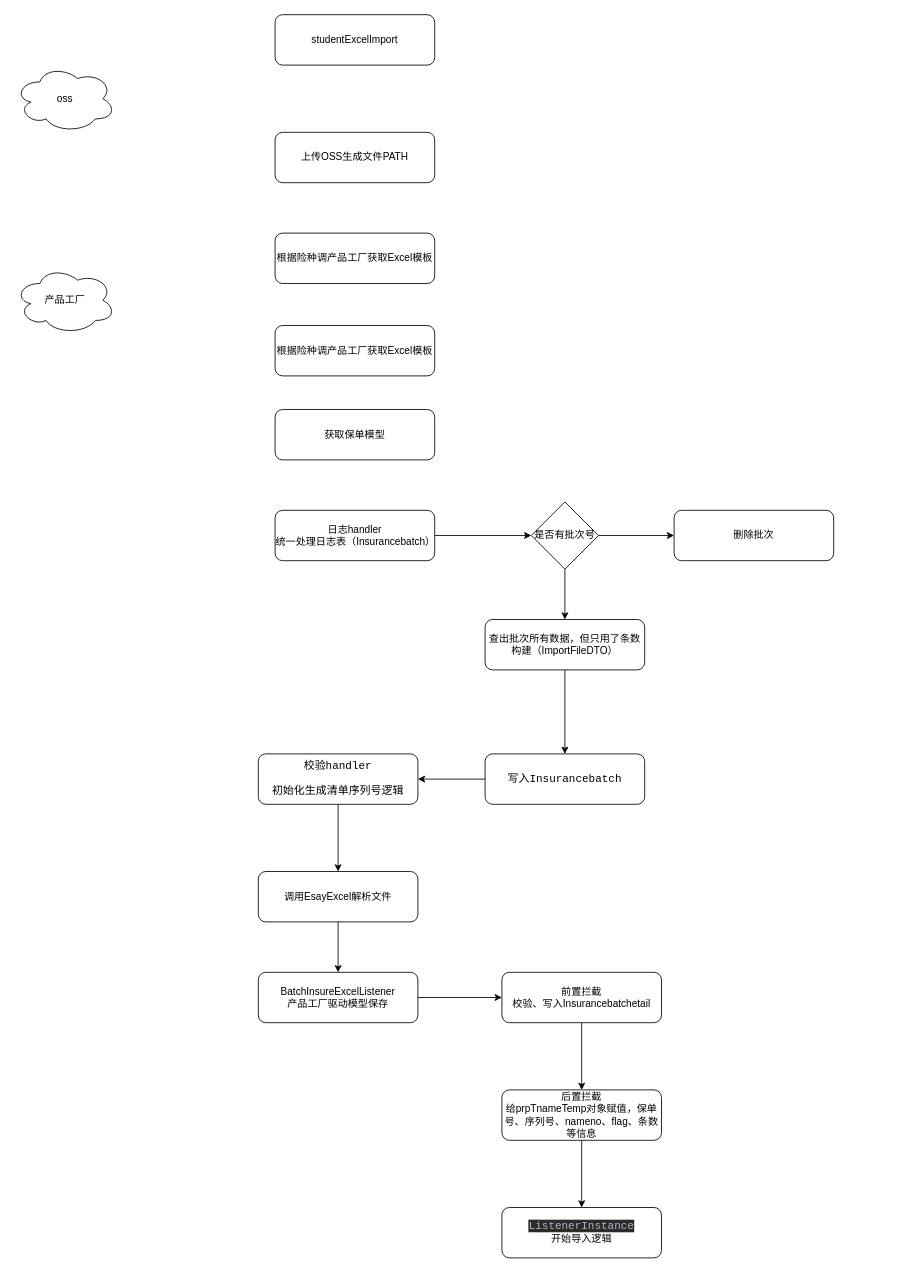
This is 1701清单上传流程图.drawio from java-zengguang/images, a draw.io file, before an edit. Source tidied: cells renumbered, new cells numbered last; positions are measured from the earlier drawing's top-left corner, leaving out a move shared by most shapes. Both pictures are drawn from the tidied source at 84%, with x=0, y=0 at pixel (14, 14).
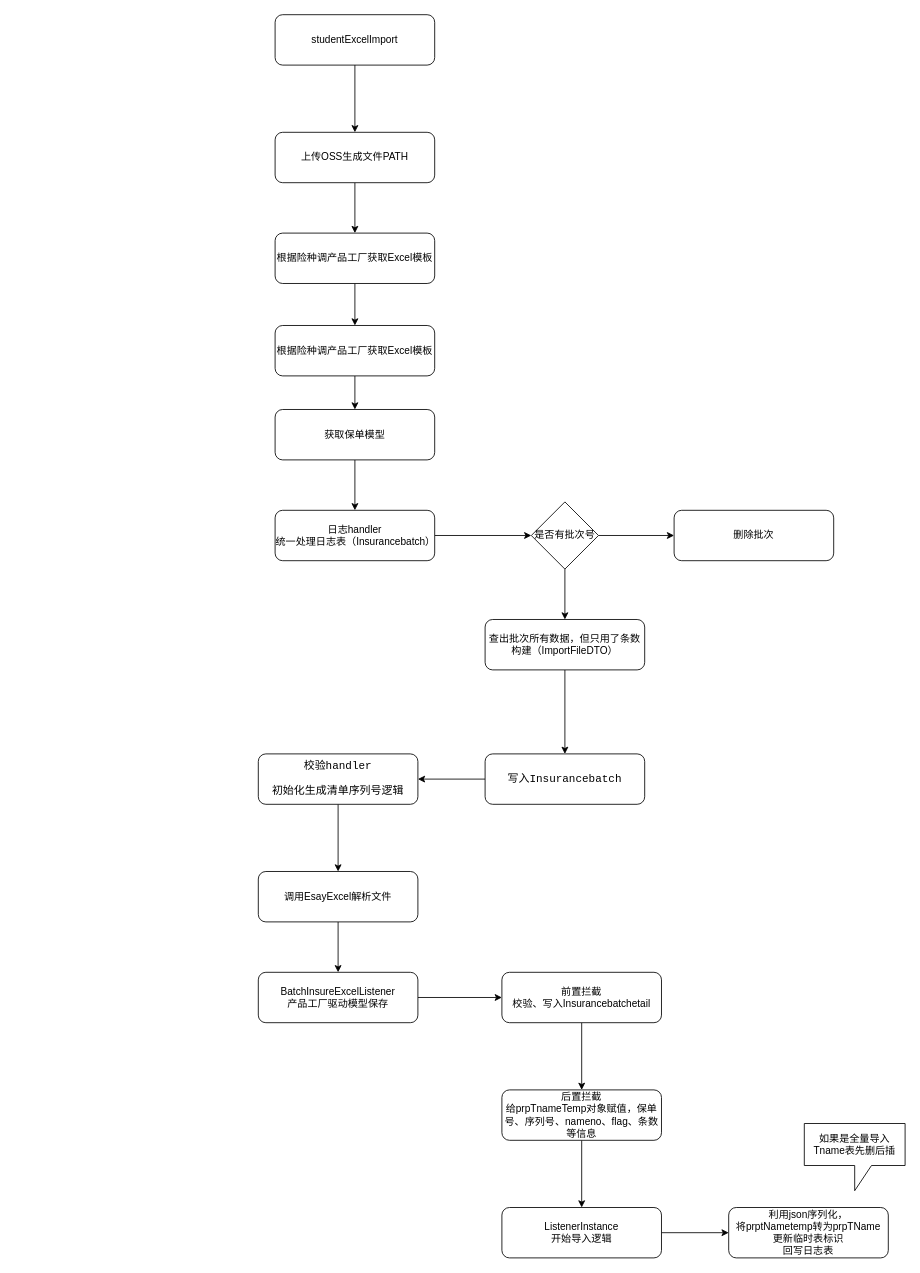
The same diagram, later.

Commit message:
更新1701清单上传流程图.drawio

Unchanged cells that the change refers to:
```xml
<mxCell id="2" value="studentExcelImport" style="rounded=1;whiteSpace=wrap;html=1;" parent="1" vertex="1">
  <mxGeometry x="310" width="190" height="60" as="geometry" />
</mxCell>
<mxCell id="3" value="上传OSS生成文件PATH" style="rounded=1;whiteSpace=wrap;html=1;" parent="1" vertex="1">
  <mxGeometry x="310" y="140" width="190" height="60" as="geometry" />
</mxCell>
<mxCell id="4" value="根据险种调产品工厂获取Excel模板" style="rounded=1;whiteSpace=wrap;html=1;" parent="1" vertex="1">
  <mxGeometry x="310" y="260" width="190" height="60" as="geometry" />
</mxCell>
<mxCell id="5" value="根据险种调产品工厂获取Excel模板" style="rounded=1;whiteSpace=wrap;html=1;" parent="1" vertex="1">
  <mxGeometry x="310" y="370" width="190" height="60" as="geometry" />
</mxCell>
<mxCell id="6" value="获取保单模型" style="rounded=1;whiteSpace=wrap;html=1;" parent="1" vertex="1">
  <mxGeometry x="310" y="470" width="190" height="60" as="geometry" />
</mxCell>
<mxCell id="10" value="&lt;div&gt;日志handler&lt;/div&gt;统一处理日志表（Insurancebatch）" style="rounded=1;whiteSpace=wrap;html=1;" parent="1" vertex="1">
  <mxGeometry x="310" y="590" width="190" height="60" as="geometry" />
</mxCell>
```

Change to the diagram source:
```diff
@@
+    <mxCell id="30" style="edgeStyle=orthogonalEdgeStyle;rounded=0;jettySize=auto;html=1;" parent="1" edge="1" source="2" target="3">
+      <mxGeometry relative="1" as="geometry" />
+    </mxCell>
@@
+    <mxCell id="31" style="edgeStyle=orthogonalEdgeStyle;rounded=0;jettySize=auto;html=1;" parent="1" edge="1" source="3" target="4">
+      <mxGeometry relative="1" as="geometry" />
+    </mxCell>
@@
+    <mxCell id="32" style="edgeStyle=orthogonalEdgeStyle;rounded=0;jettySize=auto;html=1;" parent="1" edge="1" source="4" target="5">
+      <mxGeometry relative="1" as="geometry" />
+    </mxCell>
@@
+    <mxCell id="33" style="edgeStyle=orthogonalEdgeStyle;rounded=0;jettySize=auto;html=1;" parent="1" edge="1" source="5" target="6">
+      <mxGeometry relative="1" as="geometry" />
+    </mxCell>
@@
+    <mxCell id="34" style="edgeStyle=orthogonalEdgeStyle;rounded=0;jettySize=auto;html=1;" parent="1" edge="1" source="6" target="10">
+      <mxGeometry relative="1" as="geometry" />
+    </mxCell>
@@
-    <mxCell id="7" value="oss" style="ellipse;shape=cloud;whiteSpace=wrap;html=1;" parent="1" vertex="1">
-      <mxGeometry y="60" width="120" height="80" as="geometry" />
-    </mxCell>
-    <mxCell id="8" value="产品工厂" style="ellipse;shape=cloud;whiteSpace=wrap;html=1;" parent="1" vertex="1">
-      <mxGeometry y="300" width="120" height="80" as="geometry" />
-    </mxCell>
@@
+    <mxCell id="35" style="edgeStyle=orthogonalEdgeStyle;rounded=0;jettySize=auto;html=1;" parent="1" edge="1" source="29" target="36">
+      <mxGeometry relative="1" as="geometry" />
+    </mxCell>
-    <mxCell id="29" value="&lt;div&gt;&lt;span style=&quot;background-color: rgb(43, 43, 43); color: rgb(169, 183, 198); font-family: &amp;quot;JetBrains Mono&amp;quot;, monospace; font-size: 9.8pt;&quot;&gt;ListenerInstance&lt;/span&gt;&lt;/div&gt;&lt;div&gt;开始导入逻辑&lt;/div&gt;" style="rounded=1;whiteSpace=wrap;html=1;" parent="1" vertex="1">
+    <mxCell id="29" value="ListenerInstance&lt;br&gt;开始导入逻辑" style="rounded=1;whiteSpace=wrap;html=1;" parent="1" vertex="1">
       <mxGeometry x="580" y="1420" width="190" height="60" as="geometry" />
     </mxCell>
+    <mxCell id="36" value="利用json序列化，&lt;div&gt;将prptNametemp转为prpTName&lt;/div&gt;&lt;div&gt;更新临时表标识&lt;/div&gt;&lt;div&gt;回写日志表&lt;/div&gt;" style="rounded=1;whiteSpace=wrap;html=1;" parent="1" vertex="1">
+      <mxGeometry x="850" y="1420" width="190" height="60" as="geometry" />
+    </mxCell>
+    <mxCell id="37" value="如果是全量导入Tname表先删后插" style="shape=callout;whiteSpace=wrap;html=1;perimeter=calloutPerimeter;" parent="1" vertex="1">
+      <mxGeometry x="940" y="1320" width="120" height="80" as="geometry" />
+    </mxCell>
```
